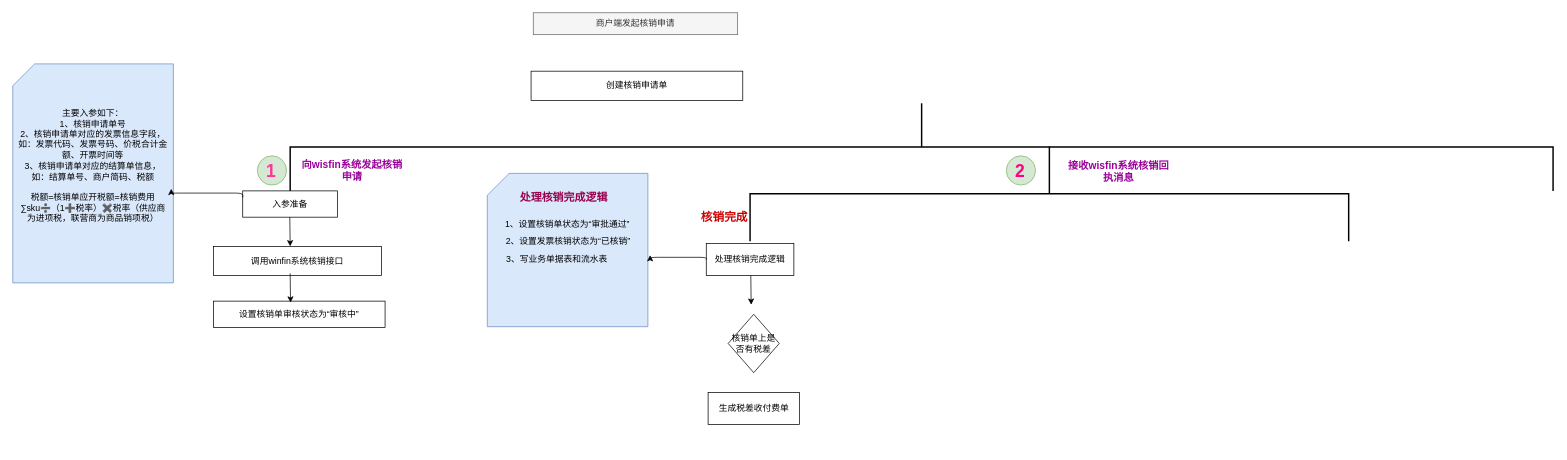
Earlier version of the draw.io diagram 发票自动核销.drawio (baiymfkese/doc). Source tidied: cells renumbered, new cells numbered last; positions are measured from the earlier drawing's top-left corner, leaving out a move shared by most shapes. Both pictures are drawn from the tidied source at 73%, with x=0, y=0 at pixel (12, 12).
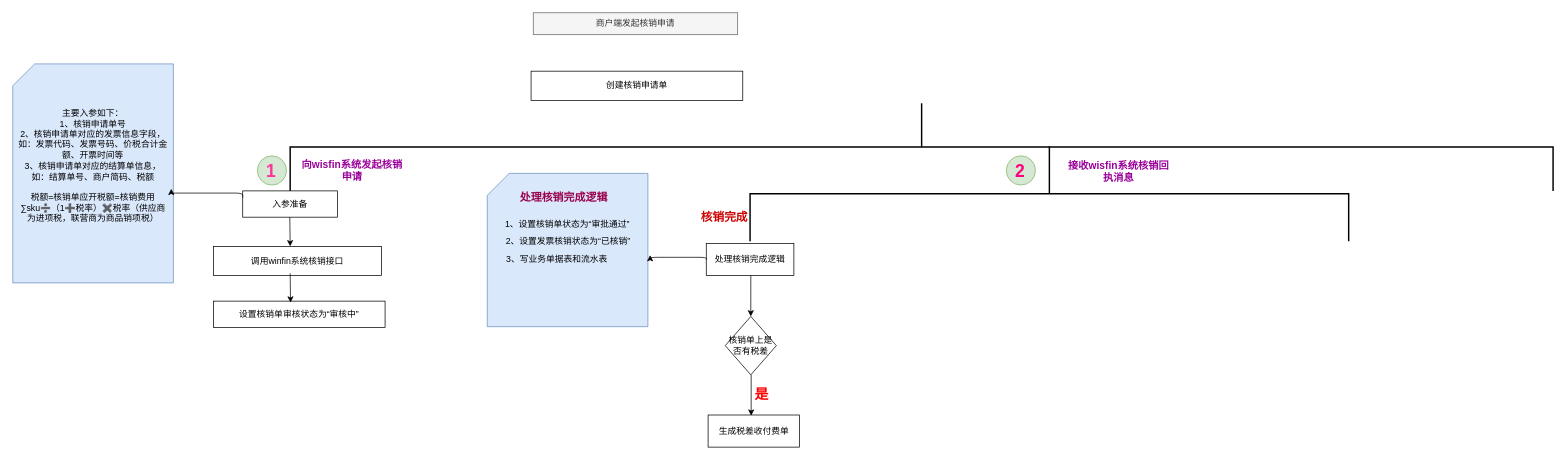
The same page after the edit.

Commit message (it also covers changes not shown here):
Update 发票自动核销.drawio

The edit, as a diff of the source:
```diff
@@
     <mxCell id="20" value="核销单上是否有税差" style="rhombus;whiteSpace=wrap;html=1;strokeWidth=1;fillColor=#FFFFFF;" parent="1" vertex="1">
-      <mxGeometry x="980" y="413" width="70" height="80" as="geometry" />
+      <mxGeometry x="976" y="416" width="70" height="80" as="geometry" />
     </mxCell>
     <mxCell id="21" value="生成税差收付费单" style="rounded=0;whiteSpace=wrap;html=1;strokeWidth=1;fillColor=#FFFFFF;" parent="1" vertex="1">
-      <mxGeometry x="952.5" y="520" width="125" height="44" as="geometry" />
+      <mxGeometry x="952.5" y="551" width="125" height="44" as="geometry" />
     </mxCell>
@@
-    <mxCell id="30" style="endArrow=classic;html=1;" parent="1" edge="1">
+    <mxCell id="30" style="endArrow=classic;html=1;entryX=0.5;entryY=0;entryDx=0;entryDy=0;" parent="1" edge="1" target="20">
       <mxGeometry relative="1" as="geometry">
         <mxPoint x="1011" y="360" as="sourcePoint" />
-        <mxPoint x="1011.5" y="400" as="targetPoint" />
       </mxGeometry>
     </mxCell>
+    <mxCell id="31" style="endArrow=classic;html=1;entryX=0.5;entryY=0;entryDx=0;entryDy=0;" parent="1" edge="1">
+      <mxGeometry relative="1" as="geometry">
+        <mxPoint x="1011.5" y="496" as="sourcePoint" />
+        <mxPoint x="1011.5" y="552" as="targetPoint" />
+      </mxGeometry>
+    </mxCell>
+    <mxCell id="32" value="&lt;font style=&quot;font-size: 19px&quot;&gt;&lt;b&gt;&lt;font style=&quot;font-size: 19px&quot; color=&quot;#FF0000&quot;&gt;是&lt;/font&gt;&lt;/b&gt;&lt;/font&gt;" style="text;html=1;strokeColor=none;fillColor=none;align=center;verticalAlign=middle;whiteSpace=wrap;rounded=0;" parent="1" vertex="1">
+      <mxGeometry x="1006" y="513.5" width="40" height="20" as="geometry" />
+    </mxCell>
```
